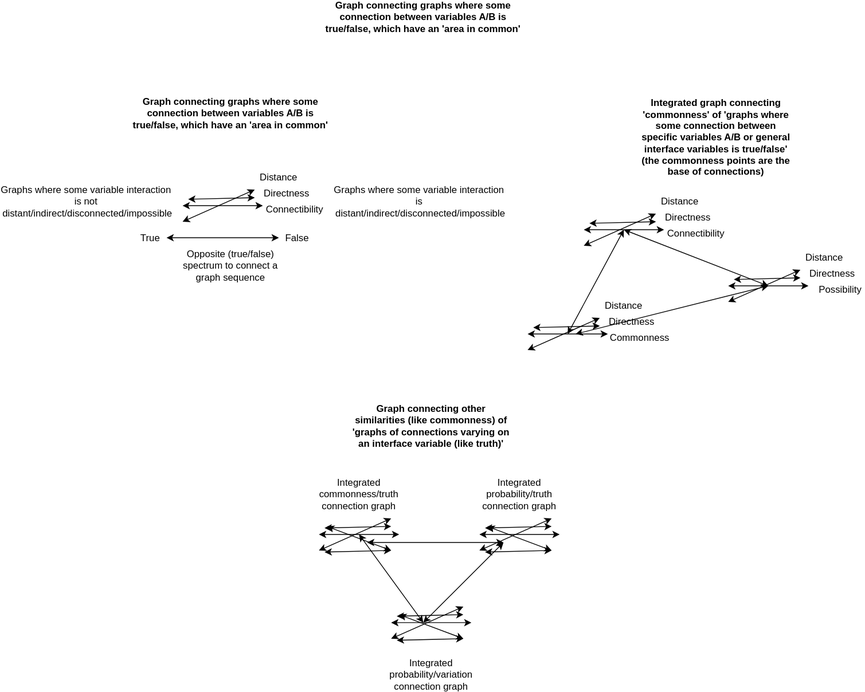
Earlier version of the draw.io export docs/objects/integrated_similarity_spectrum_graphs.drawio.svg (outdreamer/build-a-cure). Source tidied: cells renumbered, new cells last; positions are measured from the earlier drawing's top-left corner, leaving out a move shared by most shapes.
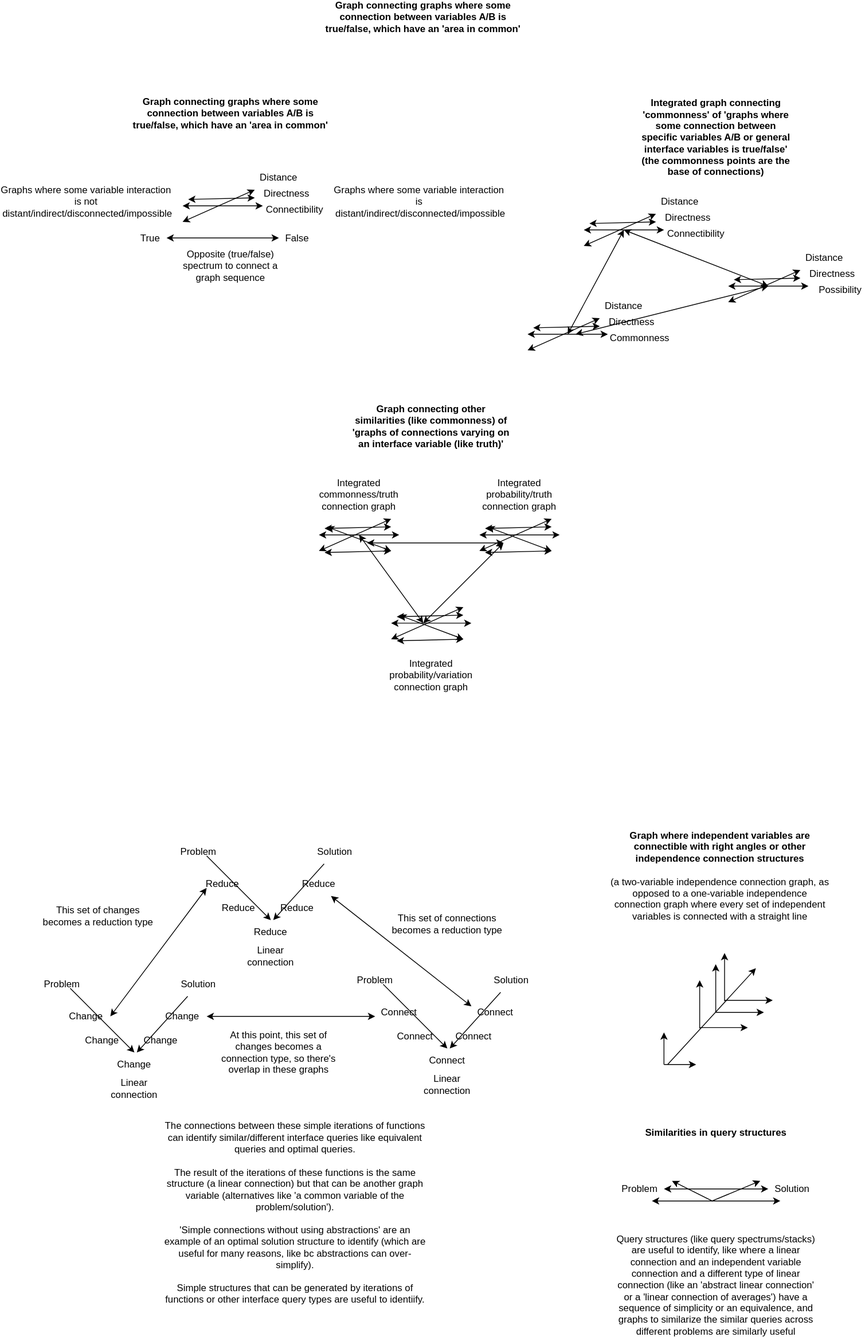
The same diagram one commit later.

What changed in the source:
```diff
@@ -278,5 +278,213 @@
     <mxCell id="59" value="Graph connecting graphs where some connection between variables A/B is true/false, which have an 'area in common'" style="text;html=1;strokeColor=none;fillColor=none;align=center;verticalAlign=middle;whiteSpace=wrap;rounded=0;fontStyle=1;" parent="1" vertex="1">
       <mxGeometry x="330" width="260" height="30" as="geometry" />
     </mxCell>
+    <mxCell id="60" value="Reduce" style="text;html=1;strokeColor=none;fillColor=none;align=center;verticalAlign=middle;whiteSpace=wrap;rounded=0;" parent="1" vertex="1">
+      <mxGeometry x="180" y="1080" width="60" height="30" as="geometry" />
+    </mxCell>
+    <mxCell id="61" value="Problem" style="text;html=1;strokeColor=none;fillColor=none;align=center;verticalAlign=middle;whiteSpace=wrap;rounded=0;" parent="1" vertex="1">
+      <mxGeometry x="150" y="1040" width="60" height="30" as="geometry" />
+    </mxCell>
+    <mxCell id="62" value="Solution" style="text;html=1;strokeColor=none;fillColor=none;align=center;verticalAlign=middle;whiteSpace=wrap;rounded=0;" parent="1" vertex="1">
+      <mxGeometry x="320" y="1040" width="60" height="30" as="geometry" />
+    </mxCell>
+    <mxCell id="63" value="Reduce" style="text;html=1;strokeColor=none;fillColor=none;align=center;verticalAlign=middle;whiteSpace=wrap;rounded=0;" parent="1" vertex="1">
+      <mxGeometry x="200" y="1110" width="60" height="30" as="geometry" />
+    </mxCell>
+    <mxCell id="64" value="Reduce" style="text;html=1;strokeColor=none;fillColor=none;align=center;verticalAlign=middle;whiteSpace=wrap;rounded=0;" parent="1" vertex="1">
+      <mxGeometry x="240" y="1140" width="60" height="30" as="geometry" />
+    </mxCell>
+    <mxCell id="65" value="Reduce" style="text;html=1;strokeColor=none;fillColor=none;align=center;verticalAlign=middle;whiteSpace=wrap;rounded=0;" parent="1" vertex="1">
+      <mxGeometry x="273" y="1110" width="60" height="30" as="geometry" />
+    </mxCell>
+    <mxCell id="66" value="Reduce" style="text;html=1;strokeColor=none;fillColor=none;align=center;verticalAlign=middle;whiteSpace=wrap;rounded=0;" parent="1" vertex="1">
+      <mxGeometry x="300" y="1080" width="60" height="30" as="geometry" />
+    </mxCell>
+    <mxCell id="67" style="endArrow=classic;html=1;rounded=0;" parent="1" edge="1">
+      <mxGeometry relative="1" as="geometry">
+        <mxPoint x="835.5" y="1241" as="sourcePoint" />
+        <mxPoint x="835.5" y="1181" as="targetPoint" />
+      </mxGeometry>
+    </mxCell>
+    <mxCell id="68" style="endArrow=classic;html=1;rounded=0;" parent="1" edge="1">
+      <mxGeometry relative="1" as="geometry">
+        <mxPoint x="835.5" y="1240" as="sourcePoint" />
+        <mxPoint x="895.5" y="1240" as="targetPoint" />
+      </mxGeometry>
+    </mxCell>
+    <mxCell id="69" value="&lt;b&gt;Graph where independent variables are connectible with right angles or other independence connection structures &lt;br&gt;&lt;/b&gt;&lt;br&gt;(a two-variable independence connection graph, as opposed to a one-variable independence connection graph where every set of independent variables is connected with a straight line" style="text;html=1;strokeColor=none;fillColor=none;align=center;verticalAlign=middle;whiteSpace=wrap;rounded=0;" parent="1" vertex="1">
+      <mxGeometry x="690" y="1070" width="280" height="30" as="geometry" />
+    </mxCell>
+    <mxCell id="70" style="endArrow=classic;html=1;rounded=0;" parent="1" edge="1">
+      <mxGeometry relative="1" as="geometry">
+        <mxPoint x="824.5" y="1255" as="sourcePoint" />
+        <mxPoint x="824.5" y="1195" as="targetPoint" />
+      </mxGeometry>
+    </mxCell>
+    <mxCell id="71" style="endArrow=classic;html=1;rounded=0;" parent="1" edge="1">
+      <mxGeometry relative="1" as="geometry">
+        <mxPoint x="824.5" y="1255" as="sourcePoint" />
+        <mxPoint x="884.5" y="1255" as="targetPoint" />
+      </mxGeometry>
+    </mxCell>
+    <mxCell id="72" style="endArrow=classic;html=1;rounded=0;" parent="1" edge="1">
+      <mxGeometry relative="1" as="geometry">
+        <mxPoint x="804.5" y="1275" as="sourcePoint" />
+        <mxPoint x="804.5" y="1215" as="targetPoint" />
+      </mxGeometry>
+    </mxCell>
+    <mxCell id="73" style="endArrow=classic;html=1;rounded=0;" parent="1" edge="1">
+      <mxGeometry relative="1" as="geometry">
+        <mxPoint x="804.5" y="1274" as="sourcePoint" />
+        <mxPoint x="864.5" y="1274" as="targetPoint" />
+      </mxGeometry>
+    </mxCell>
+    <mxCell id="74" style="endArrow=classic;html=1;rounded=0;" parent="1" edge="1">
+      <mxGeometry relative="1" as="geometry">
+        <mxPoint x="760" y="1320" as="sourcePoint" />
+        <mxPoint x="760" y="1280" as="targetPoint" />
+      </mxGeometry>
+    </mxCell>
+    <mxCell id="75" style="endArrow=classic;html=1;rounded=0;" parent="1" edge="1">
+      <mxGeometry relative="1" as="geometry">
+        <mxPoint x="760" y="1320" as="sourcePoint" />
+        <mxPoint x="800" y="1320" as="targetPoint" />
+        <Array as="points">
+          <mxPoint x="760" y="1320" />
+        </Array>
+      </mxGeometry>
+    </mxCell>
+    <mxCell id="76" style="endArrow=classic;html=1;rounded=0;" parent="1" edge="1">
+      <mxGeometry relative="1" as="geometry">
+        <mxPoint x="764.5" y="1320" as="sourcePoint" />
+        <mxPoint x="874.5" y="1200" as="targetPoint" />
+      </mxGeometry>
+    </mxCell>
+    <mxCell id="77" style="endArrow=classic;html=1;rounded=0;entryX=0.5;entryY=0;entryDx=0;entryDy=0;" parent="1" edge="1" target="64">
+      <mxGeometry relative="1" as="geometry">
+        <mxPoint x="190" y="1060" as="sourcePoint" />
+      </mxGeometry>
+    </mxCell>
+    <mxCell id="78" style="endArrow=classic;html=1;rounded=0;entryX=0;entryY=1;entryDx=0;entryDy=0;" parent="1" edge="1" source="62" target="65">
+      <mxGeometry relative="1" as="geometry" />
+    </mxCell>
+    <mxCell id="79" value="Linear connection" style="text;html=1;strokeColor=none;fillColor=none;align=center;verticalAlign=middle;whiteSpace=wrap;rounded=0;" parent="1" vertex="1">
+      <mxGeometry x="240" y="1170" width="60" height="30" as="geometry" />
+    </mxCell>
+    <mxCell id="80" value="Connect" style="text;html=1;strokeColor=none;fillColor=none;align=center;verticalAlign=middle;whiteSpace=wrap;rounded=0;" parent="1" vertex="1">
+      <mxGeometry x="400" y="1240" width="60" height="30" as="geometry" />
+    </mxCell>
+    <mxCell id="81" value="Problem" style="text;html=1;strokeColor=none;fillColor=none;align=center;verticalAlign=middle;whiteSpace=wrap;rounded=0;" parent="1" vertex="1">
+      <mxGeometry x="370" y="1200" width="60" height="30" as="geometry" />
+    </mxCell>
+    <mxCell id="82" value="Solution" style="text;html=1;strokeColor=none;fillColor=none;align=center;verticalAlign=middle;whiteSpace=wrap;rounded=0;" parent="1" vertex="1">
+      <mxGeometry x="540" y="1200" width="60" height="30" as="geometry" />
+    </mxCell>
+    <mxCell id="83" value="Connect" style="text;html=1;strokeColor=none;fillColor=none;align=center;verticalAlign=middle;whiteSpace=wrap;rounded=0;" parent="1" vertex="1">
+      <mxGeometry x="420" y="1270" width="60" height="30" as="geometry" />
+    </mxCell>
+    <mxCell id="84" value="Connect" style="text;html=1;strokeColor=none;fillColor=none;align=center;verticalAlign=middle;whiteSpace=wrap;rounded=0;" parent="1" vertex="1">
+      <mxGeometry x="460" y="1300" width="60" height="30" as="geometry" />
+    </mxCell>
+    <mxCell id="85" value="Connect" style="text;html=1;strokeColor=none;fillColor=none;align=center;verticalAlign=middle;whiteSpace=wrap;rounded=0;" parent="1" vertex="1">
+      <mxGeometry x="493" y="1270" width="60" height="30" as="geometry" />
+    </mxCell>
+    <mxCell id="86" value="Connect" style="text;html=1;strokeColor=none;fillColor=none;align=center;verticalAlign=middle;whiteSpace=wrap;rounded=0;" parent="1" vertex="1">
+      <mxGeometry x="520" y="1240" width="60" height="30" as="geometry" />
+    </mxCell>
+    <mxCell id="87" style="endArrow=classic;html=1;rounded=0;entryX=0.5;entryY=0;entryDx=0;entryDy=0;" parent="1" edge="1" target="84">
+      <mxGeometry relative="1" as="geometry">
+        <mxPoint x="410" y="1220" as="sourcePoint" />
+      </mxGeometry>
+    </mxCell>
+    <mxCell id="88" style="endArrow=classic;html=1;rounded=0;entryX=0;entryY=1;entryDx=0;entryDy=0;" parent="1" edge="1" source="82" target="85">
+      <mxGeometry relative="1" as="geometry" />
+    </mxCell>
+    <mxCell id="89" value="Linear connection" style="text;html=1;strokeColor=none;fillColor=none;align=center;verticalAlign=middle;whiteSpace=wrap;rounded=0;" parent="1" vertex="1">
+      <mxGeometry x="460" y="1330" width="60" height="30" as="geometry" />
+    </mxCell>
+    <mxCell id="90" value="Change" style="text;html=1;strokeColor=none;fillColor=none;align=center;verticalAlign=middle;whiteSpace=wrap;rounded=0;" parent="1" vertex="1">
+      <mxGeometry x="10" y="1245" width="60" height="30" as="geometry" />
+    </mxCell>
+    <mxCell id="91" value="Problem" style="text;html=1;strokeColor=none;fillColor=none;align=center;verticalAlign=middle;whiteSpace=wrap;rounded=0;" parent="1" vertex="1">
+      <mxGeometry x="-20" y="1205" width="60" height="30" as="geometry" />
+    </mxCell>
+    <mxCell id="92" value="Solution" style="text;html=1;strokeColor=none;fillColor=none;align=center;verticalAlign=middle;whiteSpace=wrap;rounded=0;" parent="1" vertex="1">
+      <mxGeometry x="150" y="1205" width="60" height="30" as="geometry" />
+    </mxCell>
+    <mxCell id="93" value="Change" style="text;html=1;strokeColor=none;fillColor=none;align=center;verticalAlign=middle;whiteSpace=wrap;rounded=0;" parent="1" vertex="1">
+      <mxGeometry x="30" y="1275" width="60" height="30" as="geometry" />
+    </mxCell>
+    <mxCell id="94" value="Change" style="text;html=1;strokeColor=none;fillColor=none;align=center;verticalAlign=middle;whiteSpace=wrap;rounded=0;" parent="1" vertex="1">
+      <mxGeometry x="70" y="1305" width="60" height="30" as="geometry" />
+    </mxCell>
+    <mxCell id="95" value="Change" style="text;html=1;strokeColor=none;fillColor=none;align=center;verticalAlign=middle;whiteSpace=wrap;rounded=0;" parent="1" vertex="1">
+      <mxGeometry x="103" y="1275" width="60" height="30" as="geometry" />
+    </mxCell>
+    <mxCell id="96" value="Change" style="text;html=1;strokeColor=none;fillColor=none;align=center;verticalAlign=middle;whiteSpace=wrap;rounded=0;" parent="1" vertex="1">
+      <mxGeometry x="130" y="1245" width="60" height="30" as="geometry" />
+    </mxCell>
+    <mxCell id="97" style="endArrow=classic;html=1;rounded=0;entryX=0.5;entryY=0;entryDx=0;entryDy=0;" parent="1" edge="1" target="94">
+      <mxGeometry relative="1" as="geometry">
+        <mxPoint x="20" y="1225" as="sourcePoint" />
+      </mxGeometry>
+    </mxCell>
+    <mxCell id="98" style="endArrow=classic;html=1;rounded=0;entryX=0;entryY=1;entryDx=0;entryDy=0;" parent="1" edge="1" source="92" target="95">
+      <mxGeometry relative="1" as="geometry" />
+    </mxCell>
+    <mxCell id="99" value="Linear connection" style="text;html=1;strokeColor=none;fillColor=none;align=center;verticalAlign=middle;whiteSpace=wrap;rounded=0;" parent="1" vertex="1">
+      <mxGeometry x="70" y="1335" width="60" height="30" as="geometry" />
+    </mxCell>
+    <mxCell id="100" style="endArrow=classic;startArrow=classic;html=1;rounded=0;exitX=1;exitY=0.5;exitDx=0;exitDy=0;" parent="1" edge="1" source="96">
+      <mxGeometry relative="1" as="geometry">
+        <mxPoint x="400" y="1260" as="targetPoint" />
+      </mxGeometry>
+    </mxCell>
+    <mxCell id="101" value="At this point, this set of changes becomes a connection type, so there's overlap in these graphs" style="text;html=1;strokeColor=none;fillColor=none;align=center;verticalAlign=middle;whiteSpace=wrap;rounded=0;" parent="1" vertex="1">
+      <mxGeometry x="205" y="1290" width="150" height="30" as="geometry" />
+    </mxCell>
+    <mxCell id="102" style="endArrow=classic;startArrow=classic;html=1;rounded=0;exitX=1;exitY=0.5;exitDx=0;exitDy=0;" parent="1" edge="1" source="90">
+      <mxGeometry relative="1" as="geometry">
+        <mxPoint x="190" y="1100" as="targetPoint" />
+      </mxGeometry>
+    </mxCell>
+    <mxCell id="103" style="endArrow=classic;startArrow=classic;html=1;rounded=0;exitX=0;exitY=0.25;exitDx=0;exitDy=0;entryX=0.75;entryY=1;entryDx=0;entryDy=0;" parent="1" edge="1" source="86" target="66">
+      <mxGeometry relative="1" as="geometry" />
+    </mxCell>
+    <mxCell id="104" value="This set of connections becomes a reduction type" style="text;html=1;strokeColor=none;fillColor=none;align=center;verticalAlign=middle;whiteSpace=wrap;rounded=0;" parent="1" vertex="1">
+      <mxGeometry x="415" y="1130" width="150" height="30" as="geometry" />
+    </mxCell>
+    <mxCell id="105" value="This set of changes becomes a reduction type" style="text;html=1;strokeColor=none;fillColor=none;align=center;verticalAlign=middle;whiteSpace=wrap;rounded=0;" parent="1" vertex="1">
+      <mxGeometry x="-20" y="1120" width="150" height="30" as="geometry" />
+    </mxCell>
+    <mxCell id="106" value="The connections between these simple iterations of functions can identify similar/different interface queries like equivalent queries and optimal queries.&lt;br&gt;&lt;br&gt;The result of the iterations of these functions is the same structure (a linear connection) but that can be another graph variable (alternatives like 'a common variable of the problem/solution').&lt;br&gt;&lt;br&gt;'Simple connections without using abstractions' are an example of an optimal solution structure to identify (which are useful for many reasons, like bc abstractions can over-simplify).&lt;br&gt;&lt;br&gt;Simple structures that can be generated by iterations of functions or other interface query types are useful to identiify." style="text;html=1;strokeColor=none;fillColor=none;align=center;verticalAlign=middle;whiteSpace=wrap;rounded=0;" parent="1" vertex="1">
+      <mxGeometry x="134.8" y="1490" width="330.5" height="30" as="geometry" />
+    </mxCell>
+    <mxCell id="107" value="Problem" style="text;html=1;strokeColor=none;fillColor=none;align=center;verticalAlign=middle;whiteSpace=wrap;rounded=0;" parent="1" vertex="1">
+      <mxGeometry x="700" y="1460" width="60" height="30" as="geometry" />
+    </mxCell>
+    <mxCell id="108" value="Solution" style="text;html=1;strokeColor=none;fillColor=none;align=center;verticalAlign=middle;whiteSpace=wrap;rounded=0;" parent="1" vertex="1">
+      <mxGeometry x="890" y="1460" width="60" height="30" as="geometry" />
+    </mxCell>
+    <mxCell id="109" style="endArrow=classic;startArrow=classic;html=1;rounded=0;exitX=1;exitY=0.5;exitDx=0;exitDy=0;entryX=0;entryY=0.5;entryDx=0;entryDy=0;" parent="1" edge="1" source="107" target="108">
+      <mxGeometry relative="1" as="geometry" />
+    </mxCell>
+    <mxCell id="110" style="endArrow=classic;startArrow=classic;html=1;rounded=0;exitX=1;exitY=0.5;exitDx=0;exitDy=0;entryX=0;entryY=0.5;entryDx=0;entryDy=0;" parent="1" edge="1">
+      <mxGeometry relative="1" as="geometry">
+        <mxPoint x="770" y="1465" as="sourcePoint" />
+        <mxPoint x="880" y="1465" as="targetPoint" />
+        <Array as="points">
+          <mxPoint x="820" y="1490" />
+        </Array>
+      </mxGeometry>
+    </mxCell>
+    <mxCell id="111" style="endArrow=classic;startArrow=classic;html=1;rounded=0;exitX=0.75;exitY=1;exitDx=0;exitDy=0;entryX=0.25;entryY=1;entryDx=0;entryDy=0;" parent="1" edge="1" source="107" target="108">
+      <mxGeometry relative="1" as="geometry" />
+    </mxCell>
+    <mxCell id="112" value="Query structures (like query spectrums/stacks) are useful to identify, like where a linear connection and an independent variable connection and a different type of linear connection (like an 'abstract linear connection' or a 'linear connection of averages') have a sequence of simplicity or an equivalence, and graphs to similarize the similar queries across different problems are similarly useful&lt;span style=&quot;color: rgba(0 , 0 , 0 , 0) ; font-family: monospace ; font-size: 0px&quot;&gt;%3CmxGraphModel%3E%3Croot%3E%3CmxCell%20id%3D%220%22%2F%3E%3CmxCell%20id%3D%221%22%20parent%3D%220%22%2F%3E%3CmxCell%20id%3D%222%22%20value%3D%22Query%20structures%20like%20query%20spectrums%2Fstacks%20are%20useful%20to%20identify%2C%20like%20where%20a%20linear%20connection%20and%20an%20independent%20variable%20connection%20and%20a%20different%20type%20of%20linear%20connection%20(like%20an%20'abstract%20linear%20connection'%20or%20a%20'linear%20connection%20of%20averages')%20have%20a%20sequence%20of%20simplicity%20or%20an%20equivalence%22%20style%3D%22text%3Bhtml%3D1%3BstrokeColor%3Dnone%3BfillColor%3Dnone%3Balign%3Dcenter%3BverticalAlign%3Dmiddle%3BwhiteSpace%3Dwrap%3Brounded%3D0%3B%22%20vertex%3D%221%22%20parent%3D%221%22%3E%3CmxGeometry%20x%3D%22490%22%20y%3D%221590%22%20width%3D%22210%22%20height%3D%2230%22%20as%3D%22geometry%22%2F%3E%3C%2FmxCell%3E%3C%2Froot%3E%3C%2FmxGraphModel%3E&lt;/span&gt;" style="text;html=1;strokeColor=none;fillColor=none;align=center;verticalAlign=middle;whiteSpace=wrap;rounded=0;" parent="1" vertex="1">
+      <mxGeometry x="700" y="1580" width="250" height="30" as="geometry" />
+    </mxCell>
+    <mxCell id="113" value="Similarities in query structures" style="text;html=1;strokeColor=none;fillColor=none;align=center;verticalAlign=middle;whiteSpace=wrap;rounded=0;fontStyle=1;" parent="1" vertex="1">
+      <mxGeometry x="720" y="1390" width="210" height="30" as="geometry" />
+    </mxCell>
   </root>
 </mxGraphModel>
```
